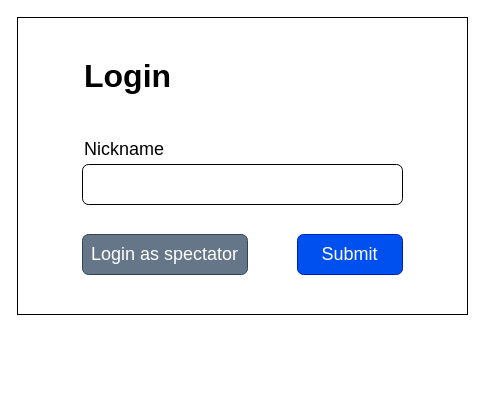
Before: page "Login_Form" (3 of 5) of quakePicker.drawio in wilsonept/quake-picker, a draw.io diagram. Source tidied: cells renumbered, new cells numbered last; positions are measured from the earlier drawing's top-left corner, leaving out a move shared by most shapes. Both pictures are drawn from the tidied source at 100%, with x=0, y=0 at pixel (17, 17).
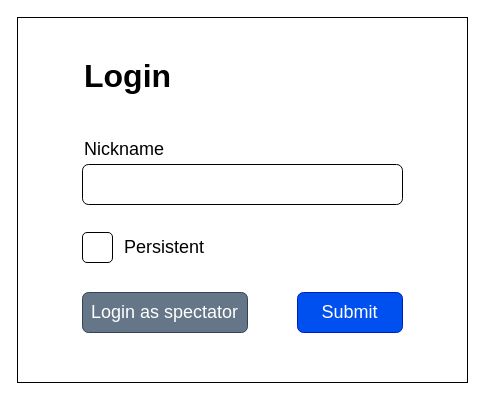
Above is the later version.

The edit, as a diff of the source:
```diff
@@
 <mxGraphModel>
   <root>
     <mxCell id="0" />
     <mxCell id="1" parent="0" />
     <mxCell id="2" style="rounded=0;whiteSpace=wrap;html=1;" parent="1" vertex="1">
-      <mxGeometry width="450" height="297" as="geometry" />
+      <mxGeometry width="450" height="365" as="geometry" />
     </mxCell>
     <mxCell id="3" value="Login" style="text;html=1;strokeColor=none;fillColor=none;align=left;verticalAlign=middle;whiteSpace=wrap;rounded=0;fontSize=32;fontStyle=1;" parent="1" vertex="1">
       <mxGeometry x="65" y="29" width="215" height="60" as="geometry" />
     </mxCell>
     <mxCell id="4" style="rounded=1;whiteSpace=wrap;html=1;align=left;" parent="1" vertex="1">
       <mxGeometry x="65" y="147" width="320" height="40" as="geometry" />
     </mxCell>
     <mxCell id="5" value="Nickname" style="text;html=1;strokeColor=none;fillColor=none;align=left;verticalAlign=middle;whiteSpace=wrap;rounded=0;fontSize=18;" parent="1" vertex="1">
       <mxGeometry x="65" y="117" width="115" height="30" as="geometry" />
     </mxCell>
     <mxCell id="6" value="Submit" style="rounded=1;whiteSpace=wrap;html=1;fontSize=18;fillColor=#0050ef;fontColor=#ffffff;strokeColor=#001DBC;" parent="1" vertex="1">
-      <mxGeometry x="280" y="217" width="105" height="40" as="geometry" />
+      <mxGeometry x="280" y="275" width="105" height="40" as="geometry" />
     </mxCell>
     <mxCell id="7" value="Login as spectator" style="rounded=1;whiteSpace=wrap;html=1;fontSize=18;fillColor=#647687;fontColor=#ffffff;strokeColor=#314354;" parent="1" vertex="1">
-      <mxGeometry x="65" y="217" width="165" height="40" as="geometry" />
+      <mxGeometry x="65" y="275" width="165" height="40" as="geometry" />
     </mxCell>
+    <mxCell id="8" style="whiteSpace=wrap;html=1;rounded=1;fontSize=18;" parent="1" vertex="1">
+      <mxGeometry x="65" y="215" width="30" height="30" as="geometry" />
+    </mxCell>
+    <mxCell id="9" value="Persistent" style="text;html=1;strokeColor=none;fillColor=none;align=left;verticalAlign=middle;whiteSpace=wrap;rounded=0;fontSize=18;" parent="1" vertex="1">
+      <mxGeometry x="105" y="215" width="90" height="30" as="geometry" />
+    </mxCell>
   </root>
 </mxGraphModel>
```
